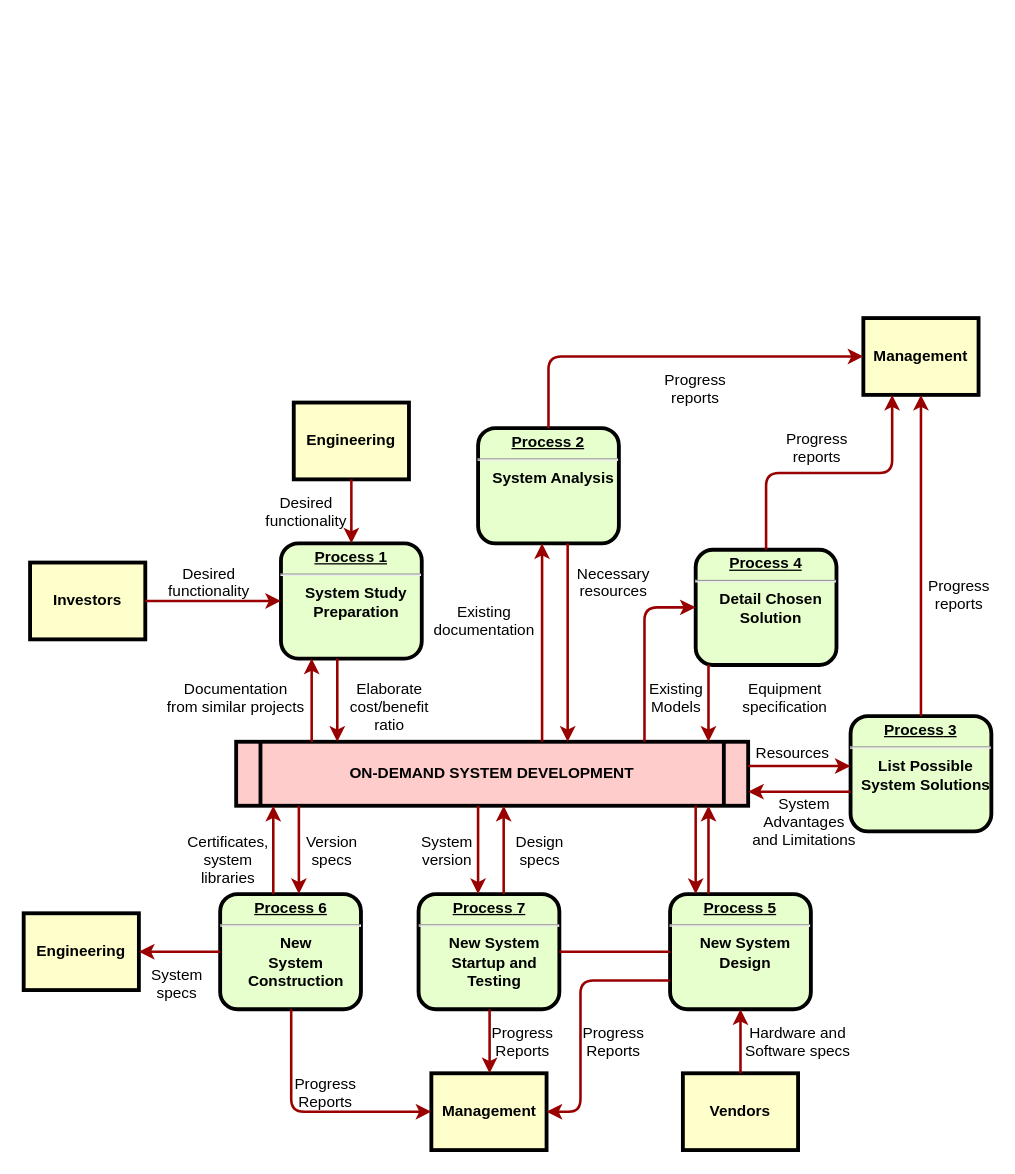
Eztli-Neucuametl/sarek keeps this draw.io diagram as Untitled Diagram.drawio. Above is the earlier version. Source tidied: cells renumbered, new cells numbered last; positions are measured from the earlier drawing's top-left corner, leaving out a move shared by most shapes. Both pictures are drawn from the tidied source at 128%, with x=0, y=0 at pixel (23, 317).
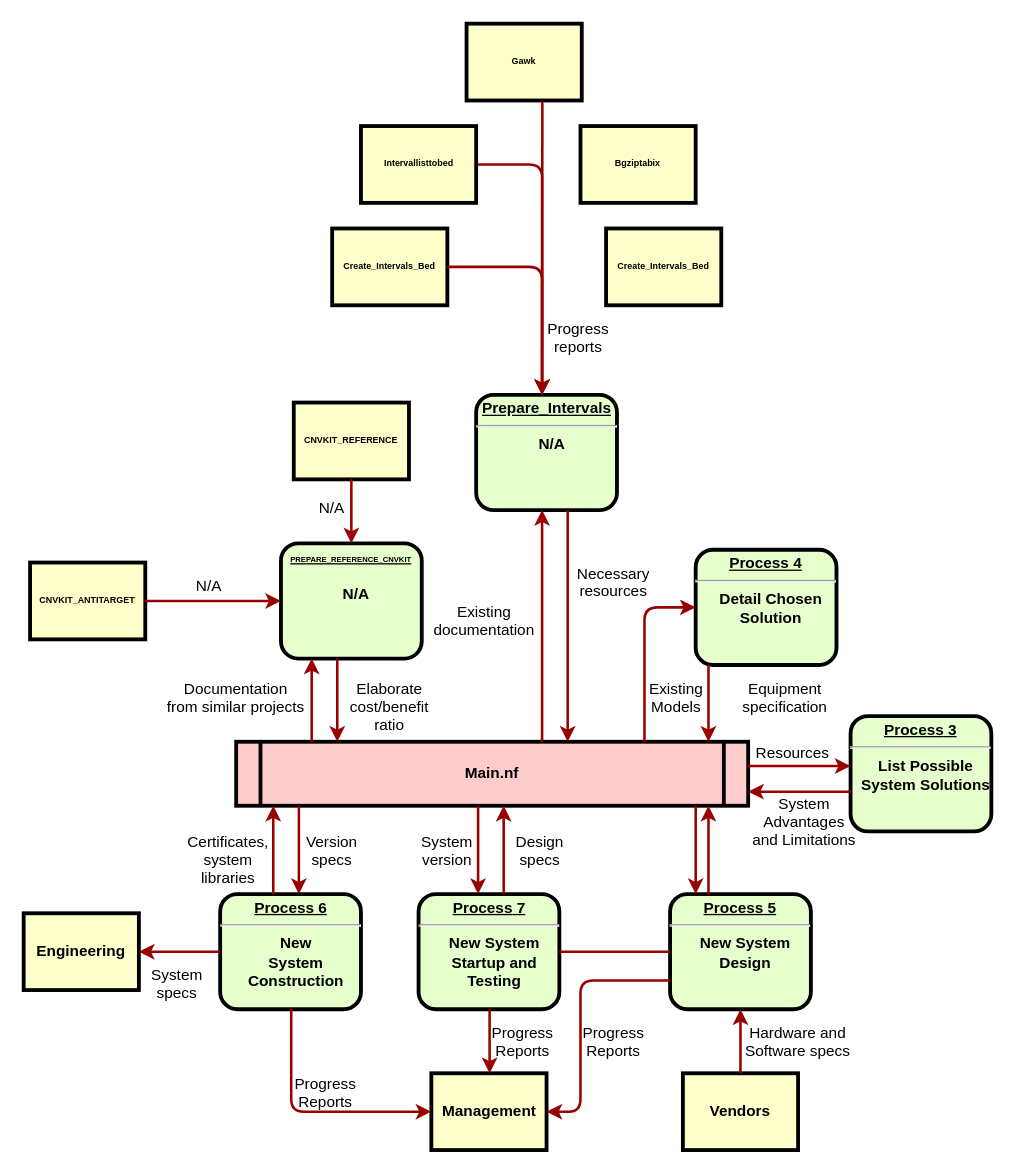
After the change.

The change refers to these unchanged cells:
```xml
<mxCell id="7" value="&lt;p style=&quot;margin: 0px; margin-top: 4px; text-align: center; text-decoration: underline;&quot;&gt;&lt;strong&gt;&lt;strong&gt;Process&lt;/strong&gt; 3&lt;br /&gt;&lt;/strong&gt;&lt;/p&gt;&lt;hr /&gt;&lt;p style=&quot;margin: 0px; margin-left: 8px;&quot;&gt;List Possible&lt;/p&gt;&lt;p style=&quot;margin: 0px; margin-left: 8px;&quot;&gt;System Solutions&lt;/p&gt;" style="verticalAlign=middle;align=center;overflow=fill;fontSize=12;fontFamily=Helvetica;html=1;rounded=1;fontStyle=1;strokeWidth=3;fillColor=#E6FFCC;" parent="1" vertex="1">
  <mxGeometry x="646" y="311" width="110" height="90" as="geometry" />
</mxCell>
<mxCell id="8" value="&lt;p style=&quot;margin: 0px; margin-top: 4px; text-align: center; text-decoration: underline;&quot;&gt;&lt;strong&gt;&lt;strong&gt;Process&lt;/strong&gt; 4&lt;br /&gt;&lt;/strong&gt;&lt;/p&gt;&lt;hr /&gt;&lt;p style=&quot;margin: 0px; margin-left: 8px;&quot;&gt;Detail Chosen&lt;/p&gt;&lt;p style=&quot;margin: 0px; margin-left: 8px;&quot;&gt;Solution&lt;/p&gt;" style="verticalAlign=middle;align=center;overflow=fill;fontSize=12;fontFamily=Helvetica;html=1;rounded=1;fontStyle=1;strokeWidth=3;fillColor=#E6FFCC;" parent="1" vertex="1">
  <mxGeometry x="525" y="181" width="110" height="90" as="geometry" />
</mxCell>
```

What changed in the source:
```diff
@@
-    <mxCell id="2" value="&lt;p style=&quot;margin: 0px; margin-top: 4px; text-align: center; text-decoration: underline;&quot;&gt;&lt;strong&gt;Process 1&lt;br /&gt;&lt;/strong&gt;&lt;/p&gt;&lt;hr /&gt;&lt;p style=&quot;margin: 0px; margin-left: 8px;&quot;&gt;System Study&lt;/p&gt;&lt;p style=&quot;margin: 0px; margin-left: 8px;&quot;&gt;Preparation&lt;/p&gt;" style="verticalAlign=middle;align=center;overflow=fill;fontSize=12;fontFamily=Helvetica;html=1;rounded=1;fontStyle=1;strokeWidth=3;fillColor=#E6FFCC;" parent="1" vertex="1">
+    <mxCell id="2" value="&lt;p style=&quot;margin: 0px; margin-top: 4px; text-align: center; text-decoration: underline;&quot;&gt;&lt;font style=&quot;font-size: 6px;&quot;&gt;PREPARE_REFERENCE_CNVKIT&lt;/font&gt;&lt;br&gt;&lt;/p&gt;&lt;p style=&quot;margin: 0px; margin-left: 8px;&quot;&gt;&lt;span style=&quot;background-color: transparent; color: light-dark(rgb(0, 0, 0), rgb(255, 255, 255));&quot;&gt;&lt;br&gt;&lt;/span&gt;&lt;/p&gt;&lt;p style=&quot;margin: 0px; margin-left: 8px;&quot;&gt;&lt;span style=&quot;background-color: transparent; color: light-dark(rgb(0, 0, 0), rgb(255, 255, 255));&quot;&gt;N/A&lt;/span&gt;&lt;/p&gt;" style="verticalAlign=middle;align=center;overflow=fill;fontSize=12;fontFamily=Helvetica;html=1;rounded=1;fontStyle=1;strokeWidth=3;fillColor=#E6FFCC;" parent="1" vertex="1">
       <mxGeometry x="201" y="176" width="110" height="90" as="geometry" />
     </mxCell>
-    <mxCell id="3" value="Engineering" style="whiteSpace=wrap;align=center;verticalAlign=middle;fontStyle=1;strokeWidth=3;fillColor=#FFFFCC;" parent="1" vertex="1">
+    <mxCell id="3" value="CNVKIT_REFERENCE" style="whiteSpace=wrap;align=center;verticalAlign=middle;fontStyle=1;strokeWidth=3;fillColor=#FFFFCC;fontSize=7;" parent="1" vertex="1">
       <mxGeometry x="211" y="66" width="90" height="60" as="geometry" />
     </mxCell>
-    <mxCell id="4" value="Investors" style="whiteSpace=wrap;align=center;verticalAlign=middle;fontStyle=1;strokeWidth=3;fillColor=#FFFFCC;" parent="1" vertex="1">
+    <mxCell id="4" value="CNVKIT_ANTITARGET" style="whiteSpace=wrap;align=center;verticalAlign=middle;fontStyle=1;strokeWidth=3;fillColor=#FFFFCC;fontSize=7;" parent="1" vertex="1">
       <mxGeometry x="5" y="191" width="90" height="60" as="geometry" />
     </mxCell>
-    <mxCell id="5" value="ON-DEMAND SYSTEM DEVELOPMENT" style="shape=process;whiteSpace=wrap;align=center;verticalAlign=middle;size=0.0475;fontStyle=1;strokeWidth=3;fillColor=#FFCCCC;" parent="1" vertex="1">
+    <mxCell id="5" value="Main.nf" style="shape=process;whiteSpace=wrap;align=center;verticalAlign=middle;size=0.0475;fontStyle=1;strokeWidth=3;fillColor=#FFCCCC;" parent="1" vertex="1">
       <mxGeometry x="166" y="331" width="400" height="50" as="geometry" />
     </mxCell>
-    <mxCell id="6" value="&lt;p style=&quot;margin: 0px; margin-top: 4px; text-align: center; text-decoration: underline;&quot;&gt;&lt;strong&gt;Process 2&lt;br /&gt;&lt;/strong&gt;&lt;/p&gt;&lt;hr /&gt;&lt;p style=&quot;margin: 0px; margin-left: 8px;&quot;&gt;System Analysis&lt;/p&gt;" style="verticalAlign=middle;align=center;overflow=fill;fontSize=12;fontFamily=Helvetica;html=1;rounded=1;fontStyle=1;strokeWidth=3;fillColor=#E6FFCC;" parent="1" vertex="1">
-      <mxGeometry x="355" y="86" width="110" height="90" as="geometry" />
+    <mxCell id="6" value="&lt;p style=&quot;margin: 4px 0px 0px; text-align: center;&quot;&gt;&lt;strong style=&quot;&quot;&gt;&lt;u&gt;Prepare_Intervals&lt;/u&gt;&lt;/strong&gt;&lt;/p&gt;&lt;hr&gt;&lt;p style=&quot;margin: 0px; margin-left: 8px;&quot;&gt;N/A&lt;/p&gt;" style="verticalAlign=middle;align=center;overflow=fill;fontSize=12;fontFamily=Helvetica;html=1;rounded=1;fontStyle=1;strokeWidth=3;fillColor=#E6FFCC;" parent="1" vertex="1">
+      <mxGeometry x="353.5" y="60" width="110" height="90" as="geometry" />
     </mxCell>
@@
-    <mxCell id="11" value="Management" style="whiteSpace=wrap;align=center;verticalAlign=middle;fontStyle=1;strokeWidth=3;fillColor=#FFFFCC;" parent="1" vertex="1">
-      <mxGeometry x="656" width="90" height="60" as="geometry" />
+    <mxCell id="11" value="Create_Intervals_Bed" style="whiteSpace=wrap;align=center;verticalAlign=middle;fontStyle=1;strokeWidth=3;fillColor=#FFFFCC;fontSize=7;" parent="1" vertex="1">
+      <mxGeometry x="241" y="-70" width="90" height="60" as="geometry" />
     </mxCell>
@@
-    <mxCell id="19" value="Desired &#10;functionality" style="text;spacingTop=-5;align=center;" parent="1" vertex="1">
-      <mxGeometry x="130" y="191" width="30" height="20" as="geometry" />
+    <mxCell id="19" value="N/A" style="text;spacingTop=-5;align=center;" parent="1" vertex="1">
+      <mxGeometry x="130" y="201" width="30" height="20" as="geometry" />
     </mxCell>
-    <mxCell id="20" value="Desired &#10;functionality" style="text;spacingTop=-5;align=center;" parent="1" vertex="1">
-      <mxGeometry x="206" y="136" width="30" height="20" as="geometry" />
+    <mxCell id="20" value="N/A" style="text;spacingTop=-5;align=center;" parent="1" vertex="1">
+      <mxGeometry x="226" y="140" width="30" height="20" as="geometry" />
     </mxCell>
@@
     <mxCell id="29" value="Progress&#10;reports" style="text;spacingTop=-5;align=center;" parent="1" vertex="1">
-      <mxGeometry x="510" y="40" width="30" height="20" as="geometry" />
+      <mxGeometry x="418.5" width="30" height="20" as="geometry" />
     </mxCell>
-    <mxCell id="30" value="Progress&#10;reports" style="text;spacingTop=-5;align=center;" parent="1" vertex="1">
-      <mxGeometry x="605" y="86" width="30" height="20" as="geometry" />
-    </mxCell>
-    <mxCell id="31" value="Progress&#10;reports" style="text;spacingTop=-5;align=center;" parent="1" vertex="1">
-      <mxGeometry x="716" y="201" width="30" height="20" as="geometry" />
-    </mxCell>
-    <mxCell id="32" style="edgeStyle=elbowEdgeStyle;elbow=horizontal;strokeColor=#990000;strokeWidth=2;" parent="1" edge="1" source="6" target="11">
+    <mxCell id="32" style="edgeStyle=elbowEdgeStyle;elbow=horizontal;strokeColor=#990000;strokeWidth=2;" parent="1" edge="1" source="11">
       <mxGeometry relative="1" as="geometry">
+        <mxPoint x="405" y="60" as="targetPoint" />
         <Array as="points">
-          <mxPoint x="410" y="80" />
+          <mxPoint x="405" y="-40" />
+          <mxPoint x="405" y="-40" />
         </Array>
       </mxGeometry>
     </mxCell>
-    <mxCell id="33" style="edgeStyle=elbowEdgeStyle;elbow=vertical;entryX=0.25;entryY=1;strokeColor=#990000;strokeWidth=2;" parent="1" edge="1" source="8" target="11">
-      <mxGeometry relative="1" as="geometry" />
-    </mxCell>
-    <mxCell id="34" style="edgeStyle=elbowEdgeStyle;elbow=horizontal;strokeColor=#990000;strokeWidth=2;" parent="1" edge="1" source="7" target="11">
-      <mxGeometry relative="1" as="geometry" />
-    </mxCell>
@@
+    <mxCell id="63" value="Intervallisttobed" style="whiteSpace=wrap;align=center;verticalAlign=middle;fontStyle=1;strokeWidth=3;fillColor=#FFFFCC;fontSize=7;" parent="1" vertex="1">
+      <mxGeometry x="263.5" y="-150" width="90" height="60" as="geometry" />
+    </mxCell>
+    <mxCell id="64" value="Gawk" style="whiteSpace=wrap;align=center;verticalAlign=middle;fontStyle=1;strokeWidth=3;fillColor=#FFFFCC;fontSize=7;" parent="1" vertex="1">
+      <mxGeometry x="346" y="-230" width="90" height="60" as="geometry" />
+    </mxCell>
+    <mxCell id="65" value="Bgziptabix" style="whiteSpace=wrap;align=center;verticalAlign=middle;fontStyle=1;strokeWidth=3;fillColor=#FFFFCC;fontSize=7;" parent="1" vertex="1">
+      <mxGeometry x="435" y="-150" width="90" height="60" as="geometry" />
+    </mxCell>
+    <mxCell id="66" value="Create_Intervals_Bed" style="whiteSpace=wrap;align=center;verticalAlign=middle;fontStyle=1;strokeWidth=3;fillColor=#FFFFCC;fontSize=7;" parent="1" vertex="1">
+      <mxGeometry x="455" y="-70" width="90" height="60" as="geometry" />
+    </mxCell>
+    <mxCell id="67" style="edgeStyle=elbowEdgeStyle;elbow=horizontal;strokeColor=#990000;strokeWidth=2;" parent="1" edge="1">
+      <mxGeometry relative="1" as="geometry">
+        <mxPoint x="355" y="-120" as="sourcePoint" />
+        <mxPoint x="405" y="60" as="targetPoint" />
+        <Array as="points">
+          <mxPoint x="405" y="-120" />
+          <mxPoint x="405" y="-120" />
+        </Array>
+      </mxGeometry>
+    </mxCell>
+    <mxCell id="68" style="edgeStyle=elbowEdgeStyle;elbow=horizontal;strokeColor=#990000;strokeWidth=2;exitX=0.658;exitY=1.009;exitDx=0;exitDy=0;exitPerimeter=0;" parent="1" edge="1" source="64">
+      <mxGeometry relative="1" as="geometry">
+        <mxPoint x="405" y="60" as="targetPoint" />
+        <Array as="points">
+          <mxPoint x="405" y="-15" />
+        </Array>
+      </mxGeometry>
+    </mxCell>
```
